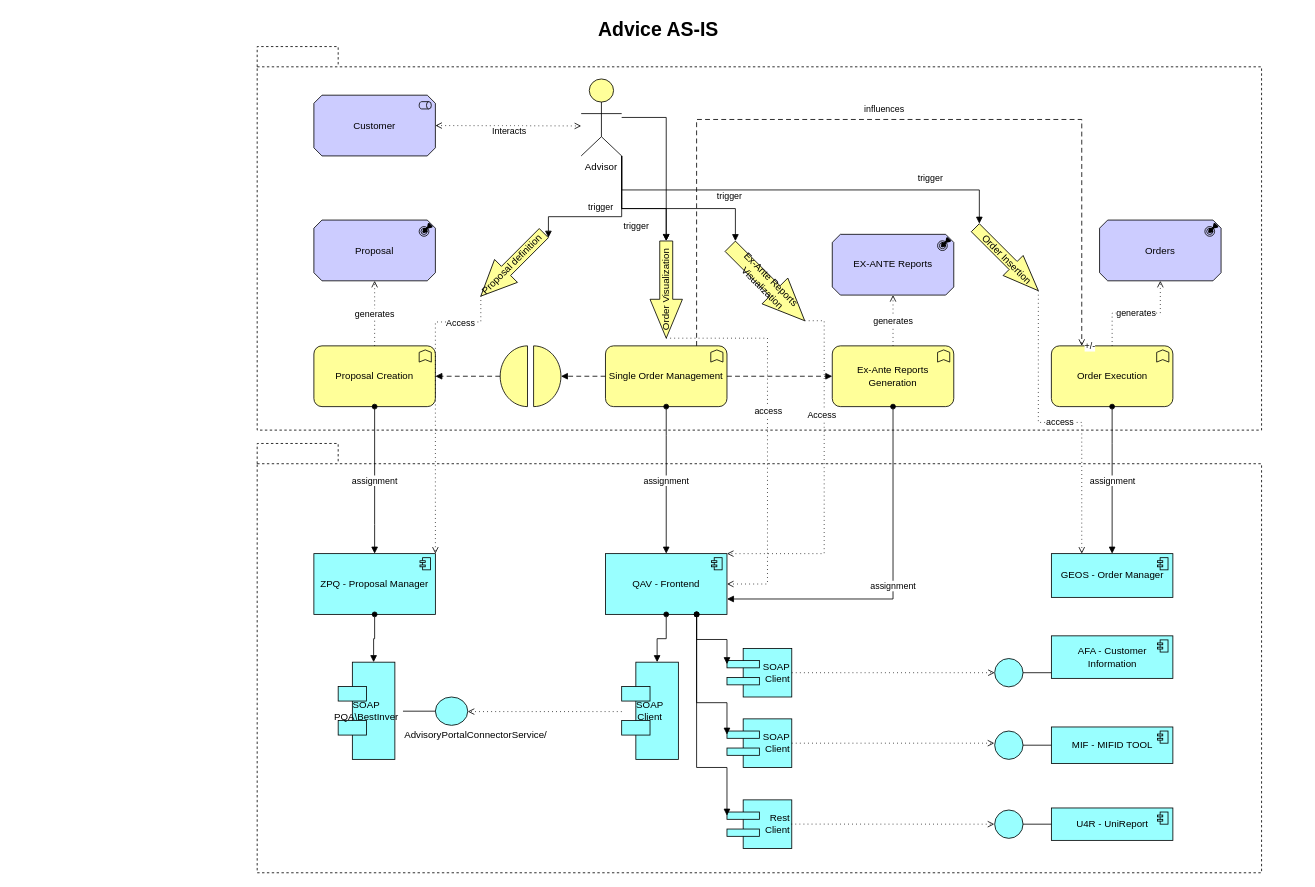
The draw.io diagram desing/Untitled Diagram.drawio in marcogenovaunicredit/adv-ba-process, before the edit. Source tidied: cells renumbered, new cells numbered last; positions are measured from the earlier drawing's top-left corner, leaving out a move shared by most shapes. Both pictures are drawn from the tidied source at 81%, with x=0, y=0 at pixel (14, 14).
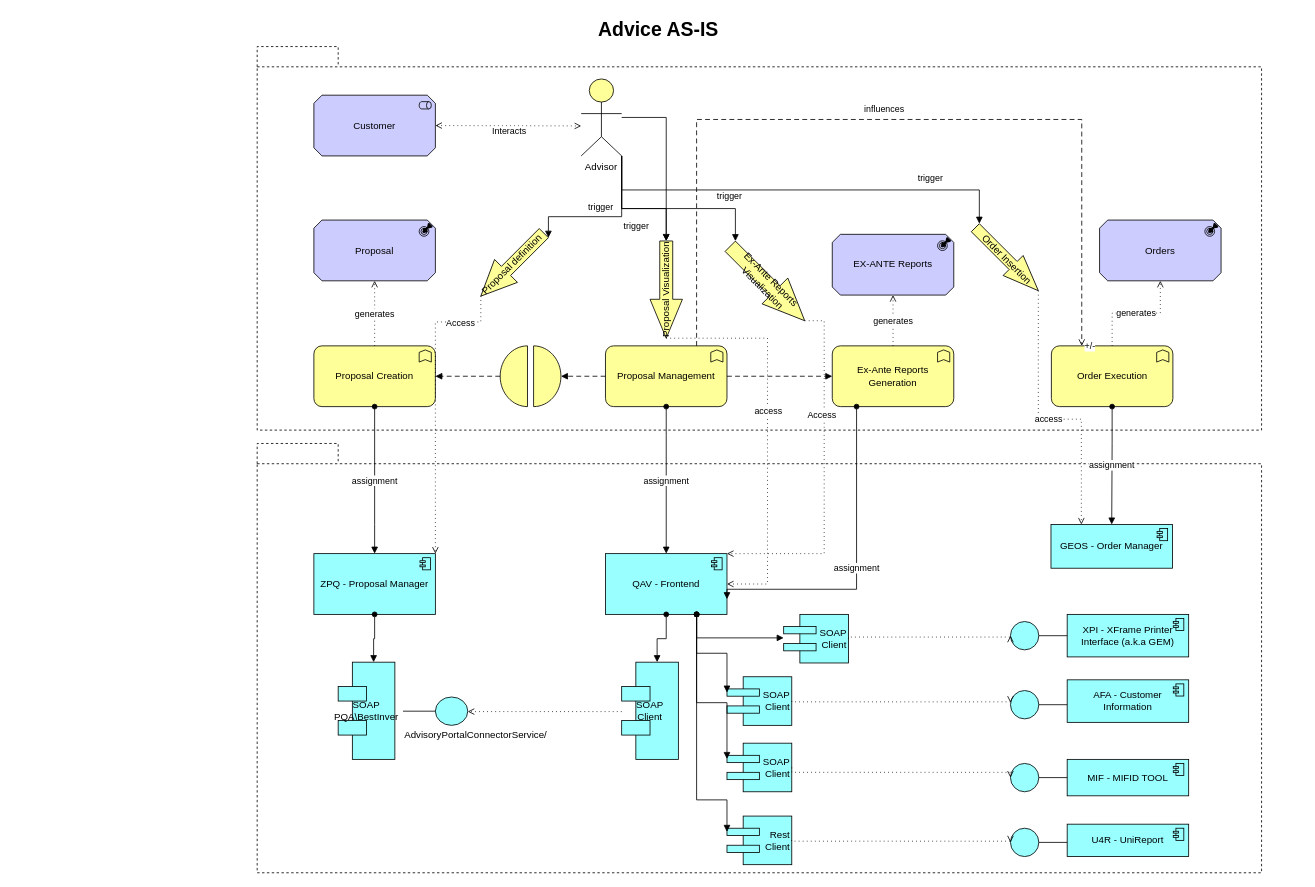
The same diagram, later.

Commit message:
Added the interface to XPI (aka GEM)

Unchanged cells that the change refers to:
```xml
<mxCell id="12" value="Order Insertion" style="html=1;outlineConnect=0;whiteSpace=wrap;fillColor=#ffff99;shape=mxgraph.archimate3.process;rotation=45;" parent="1" vertex="1">
  <mxGeometry x="1170.5" y="285" width="110" height="35" as="geometry" />
</mxCell>
<mxCell id="14" value="QAV - Frontend" style="html=1;outlineConnect=0;whiteSpace=wrap;fillColor=#99ffff;shape=mxgraph.archimate3.application;appType=comp;archiType=square;" parent="1" vertex="1">
  <mxGeometry x="730" y="666" width="150" height="75" as="geometry" />
</mxCell>
<mxCell id="39" value="Ex-Ante Reports&lt;br&gt;Generation" style="html=1;outlineConnect=0;whiteSpace=wrap;fillColor=#ffff99;shape=mxgraph.archimate3.application;appType=func;archiType=rounded;" parent="1" vertex="1">
  <mxGeometry x="1010" y="409.5" width="150" height="75" as="geometry" />
</mxCell>
```

Diff of the diagram source:
```diff
@@
-    <mxCell id="7" value="Single Order Management" style="html=1;outlineConnect=0;whiteSpace=wrap;fillColor=#ffff99;shape=mxgraph.archimate3.application;appType=func;archiType=rounded;" parent="1" vertex="1">
+    <mxCell id="7" value="Proposal Management" style="html=1;outlineConnect=0;whiteSpace=wrap;fillColor=#ffff99;shape=mxgraph.archimate3.application;appType=func;archiType=rounded;" parent="1" vertex="1">
       <mxGeometry x="730" y="409.5" width="150" height="75" as="geometry" />
     </mxCell>
@@
-    <mxCell id="10" value="Order Visualization" style="html=1;outlineConnect=0;whiteSpace=wrap;fillColor=#ffff99;shape=mxgraph.archimate3.process;direction=west;rotation=-90;" parent="1" vertex="1">
+    <mxCell id="10" value="Proposal Visualization" style="html=1;outlineConnect=0;whiteSpace=wrap;fillColor=#ffff99;shape=mxgraph.archimate3.process;direction=west;rotation=-90;" parent="1" vertex="1">
       <mxGeometry x="745" y="320" width="120" height="40" as="geometry" />
     </mxCell>
@@
     <mxCell id="15" value="GEOS - Order Manager" style="html=1;outlineConnect=0;whiteSpace=wrap;fillColor=#99ffff;shape=mxgraph.archimate3.application;appType=comp;archiType=square;" parent="1" vertex="1">
-      <mxGeometry x="1280.5" y="666" width="150" height="54" as="geometry" />
+      <mxGeometry x="1280" y="630" width="150" height="54" as="geometry" />
     </mxCell>
@@
     <mxCell id="19" style="edgeStyle=elbowEdgeStyle;html=1;endArrow=open;elbow=vertical;endFill=0;dashed=1;dashPattern=1 4;rounded=0;entryX=1;entryY=0.5;entryDx=0;entryDy=0;entryPerimeter=0;exitX=1;exitY=0.5;exitDx=0;exitDy=0;exitPerimeter=0;" parent="1" edge="1" source="10" target="14">
       <mxGeometry relative="1" as="geometry">
         <Array as="points">
+          <mxPoint x="930" y="690" />
+          <mxPoint x="930" y="690" />
+          <mxPoint x="930" y="560" />
           <mxPoint x="930" y="410" />
           <mxPoint x="870" y="390" />
         </Array>
       </mxGeometry>
     </mxCell>
@@
     <mxCell id="21" value="access" style="edgeStyle=elbowEdgeStyle;html=1;endArrow=open;elbow=vertical;endFill=0;dashed=1;dashPattern=1 4;rounded=0;exitX=1;exitY=0.5;exitDx=0;exitDy=0;exitPerimeter=0;entryX=0.25;entryY=0;entryDx=0;entryDy=0;entryPerimeter=0;" parent="1" edge="1" source="12" target="15">
-      <mxGeometry relative="1" as="geometry" />
+      <mxGeometry relative="1" as="geometry">
+        <Array as="points">
+          <mxPoint x="1300" y="500" />
+        </Array>
+      </mxGeometry>
     </mxCell>
@@
     <mxCell id="40" value="assignment" style="endArrow=block;html=1;endFill=1;startArrow=oval;startFill=1;edgeStyle=elbowEdgeStyle;elbow=vertical;rounded=0;entryX=1;entryY=0.75;entryDx=0;entryDy=0;entryPerimeter=0;" parent="1" edge="1" source="39" target="14">
       <mxGeometry relative="1" as="geometry">
         <Array as="points">
+          <mxPoint x="1040" y="710" />
           <mxPoint x="980" y="722" />
         </Array>
       </mxGeometry>
     </mxCell>
@@
     <mxCell id="55" value="MIF - MIFID TOOL" style="html=1;whiteSpace=wrap;fillColor=#99ffff;shape=mxgraph.archimate3.application;appType=comp;archiType=square;" parent="1" vertex="1">
-      <mxGeometry x="1280.5" y="880" width="150" height="45" as="geometry" />
+      <mxGeometry x="1300" y="920" width="150" height="45" as="geometry" />
     </mxCell>
     <mxCell id="56" value="U4R - UniReport" style="html=1;whiteSpace=wrap;fillColor=#99ffff;shape=mxgraph.archimate3.application;appType=comp;archiType=square;" parent="1" vertex="1">
-      <mxGeometry x="1280.5" y="980" width="150" height="40" as="geometry" />
+      <mxGeometry x="1300" y="1000" width="150" height="40" as="geometry" />
     </mxCell>
     <mxCell id="57" value="AFA - Customer Information" style="html=1;whiteSpace=wrap;fillColor=#99ffff;shape=mxgraph.archimate3.application;appType=comp;archiType=square;" parent="1" vertex="1">
-      <mxGeometry x="1280.5" y="767.5" width="150" height="52.5" as="geometry" />
+      <mxGeometry x="1300" y="821.8" width="150" height="52.5" as="geometry" />
     </mxCell>
     <mxCell id="58" value="SOAP&lt;br&gt;Client" style="html=1;outlineConnect=0;whiteSpace=wrap;fillColor=#99ffff;shape=mxgraph.archimate3.component;align=right;" parent="1" vertex="1">
-      <mxGeometry x="880" y="783" width="80" height="60" as="geometry" />
+      <mxGeometry x="880" y="818" width="80" height="60" as="geometry" />
     </mxCell>
     <mxCell id="59" value="SOAP&lt;br&gt;Client" style="html=1;outlineConnect=0;whiteSpace=wrap;fillColor=#99ffff;shape=mxgraph.archimate3.component;align=right;" parent="1" vertex="1">
-      <mxGeometry x="880" y="870" width="80" height="60" as="geometry" />
+      <mxGeometry x="880" y="900" width="80" height="60" as="geometry" />
     </mxCell>
     <mxCell id="60" value="Rest&lt;br&gt;Client" style="html=1;outlineConnect=0;whiteSpace=wrap;fillColor=#99ffff;shape=mxgraph.archimate3.component;align=right;" parent="1" vertex="1">
-      <mxGeometry x="880" y="970" width="80" height="60" as="geometry" />
+      <mxGeometry x="880" y="990" width="80" height="60" as="geometry" />
     </mxCell>
@@
     <mxCell id="63" style="endArrow=block;html=1;endFill=1;startArrow=oval;startFill=1;edgeStyle=elbowEdgeStyle;elbow=vertical;rounded=0;exitX=0.75;exitY=1;exitDx=0;exitDy=0;exitPerimeter=0;entryX=0;entryY=0.325;entryDx=0;entryDy=0;entryPerimeter=0;" parent="1" edge="1" source="14" target="60">
       <mxGeometry relative="1" as="geometry">
         <Array as="points">
+          <mxPoint x="870" y="970" />
           <mxPoint x="870" y="930" />
         </Array>
       </mxGeometry>
     </mxCell>
     <mxCell id="64" style="html=1;outlineConnect=0;whiteSpace=wrap;fillColor=#99ffff;shape=mxgraph.archimate3.interface;direction=west;" parent="1" vertex="1">
-      <mxGeometry x="1210.5" y="795.5" width="70" height="35" as="geometry" />
+      <mxGeometry x="1230" y="835" width="70" height="35" as="geometry" />
     </mxCell>
     <mxCell id="65" style="html=1;outlineConnect=0;whiteSpace=wrap;fillColor=#99ffff;shape=mxgraph.archimate3.interface;direction=west;" parent="1" vertex="1">
-      <mxGeometry x="1210.5" y="885" width="70" height="35" as="geometry" />
+      <mxGeometry x="1230" y="925" width="70" height="35" as="geometry" />
     </mxCell>
     <mxCell id="66" style="html=1;outlineConnect=0;whiteSpace=wrap;fillColor=#99ffff;shape=mxgraph.archimate3.interface;direction=west;" parent="1" vertex="1">
-      <mxGeometry x="1210.5" y="982.5" width="70" height="35" as="geometry" />
+      <mxGeometry x="1230" y="1005" width="70" height="35" as="geometry" />
     </mxCell>
-    <mxCell id="67" style="edgeStyle=elbowEdgeStyle;html=1;endArrow=open;elbow=vertical;endFill=0;dashed=1;dashPattern=1 4;rounded=0;entryX=1;entryY=0.5;entryDx=0;entryDy=0;entryPerimeter=0;exitX=1;exitY=0.5;exitDx=0;exitDy=0;exitPerimeter=0;" parent="1" edge="1" source="58" target="64">
-      <mxGeometry relative="1" as="geometry" />
+    <mxCell id="67" style="edgeStyle=elbowEdgeStyle;html=1;endArrow=open;elbow=vertical;endFill=0;dashed=1;dashPattern=1 4;rounded=0;exitX=1;exitY=0.5;exitDx=0;exitDy=0;exitPerimeter=0;" parent="1" edge="1" source="58">
+      <mxGeometry relative="1" as="geometry">
+        <mxPoint x="1230" y="850" as="targetPoint" />
+      </mxGeometry>
     </mxCell>
-    <mxCell id="68" style="edgeStyle=elbowEdgeStyle;html=1;endArrow=open;elbow=vertical;endFill=0;dashed=1;dashPattern=1 4;rounded=0;exitX=1;exitY=0.5;exitDx=0;exitDy=0;exitPerimeter=0;" parent="1" edge="1" source="59">
-      <mxGeometry relative="1" as="geometry">
-        <mxPoint x="1210" y="900" as="targetPoint" />
-      </mxGeometry>
+    <mxCell id="68" style="edgeStyle=elbowEdgeStyle;html=1;endArrow=open;elbow=vertical;endFill=0;dashed=1;dashPattern=1 4;rounded=0;exitX=1;exitY=0.5;exitDx=0;exitDy=0;exitPerimeter=0;entryX=1;entryY=0.5;entryDx=0;entryDy=0;entryPerimeter=0;" parent="1" edge="1" source="59" target="65">
+      <mxGeometry relative="1" as="geometry" />
     </mxCell>
-    <mxCell id="69" style="edgeStyle=elbowEdgeStyle;html=1;endArrow=open;elbow=vertical;endFill=0;dashed=1;dashPattern=1 4;rounded=0;entryX=1;entryY=0.5;entryDx=0;entryDy=0;entryPerimeter=0;exitX=1;exitY=0.5;exitDx=0;exitDy=0;exitPerimeter=0;" parent="1" edge="1">
+    <mxCell id="69" style="edgeStyle=elbowEdgeStyle;html=1;endArrow=open;elbow=vertical;endFill=0;dashed=1;dashPattern=1 4;rounded=0;entryX=1;entryY=0.5;entryDx=0;entryDy=0;entryPerimeter=0;exitX=1;exitY=0.5;exitDx=0;exitDy=0;exitPerimeter=0;" parent="1" edge="1" target="66">
       <mxGeometry relative="1" as="geometry">
-        <mxPoint x="959.5" y="999.9" as="sourcePoint" />
-        <mxPoint x="1210" y="999.9" as="targetPoint" />
+        <mxPoint x="959.8" y="1019.7" as="sourcePoint" />
       </mxGeometry>
     </mxCell>
+    <mxCell id="70" value="XPI - XFrame Printer Interface (a.k.a GEM)" style="html=1;whiteSpace=wrap;fillColor=#99ffff;shape=mxgraph.archimate3.application;appType=comp;archiType=square;" parent="1" vertex="1">
+      <mxGeometry x="1300" y="741" width="150" height="52.5" as="geometry" />
+    </mxCell>
+    <mxCell id="71" style="html=1;outlineConnect=0;whiteSpace=wrap;fillColor=#99ffff;shape=mxgraph.archimate3.interface;direction=west;" parent="1" vertex="1">
+      <mxGeometry x="1230" y="749.8" width="70" height="35" as="geometry" />
+    </mxCell>
+    <mxCell id="72" value="SOAP&lt;br&gt;Client" style="html=1;outlineConnect=0;whiteSpace=wrap;fillColor=#99ffff;shape=mxgraph.archimate3.component;align=right;" parent="1" vertex="1">
+      <mxGeometry x="950" y="741" width="80" height="60" as="geometry" />
+    </mxCell>
+    <mxCell id="73" style="endArrow=block;html=1;endFill=1;startArrow=oval;startFill=1;edgeStyle=elbowEdgeStyle;elbow=vertical;rounded=0;exitX=0.75;exitY=1;exitDx=0;exitDy=0;exitPerimeter=0;" parent="1" edge="1" source="14" target="72">
+      <mxGeometry relative="1" as="geometry">
+        <Array as="points">
+          <mxPoint x="920" y="770" />
+        </Array>
+      </mxGeometry>
+    </mxCell>
+    <mxCell id="74" style="edgeStyle=elbowEdgeStyle;html=1;endArrow=open;elbow=vertical;endFill=0;dashed=1;dashPattern=1 4;rounded=0;exitX=1;exitY=0.5;exitDx=0;exitDy=0;exitPerimeter=0;entryX=1;entryY=0.5;entryDx=0;entryDy=0;entryPerimeter=0;" parent="1" edge="1" source="72" target="71">
+      <mxGeometry relative="1" as="geometry" />
+    </mxCell>
```
